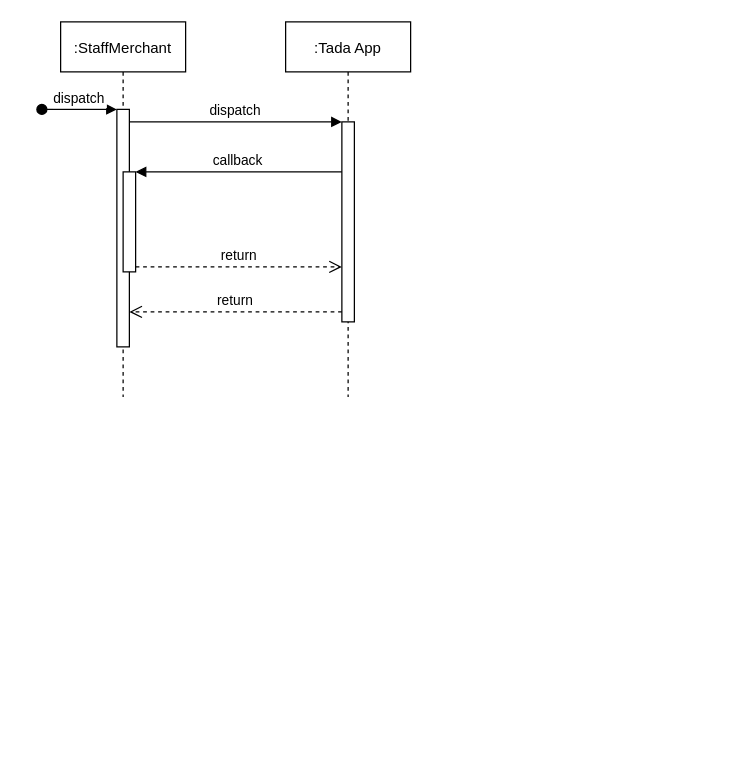
Before: Untitled Diagram.drawio in nguyendu11a2/TADA_DIAGRAM, a draw.io diagram. Source tidied: cells renumbered, new cells numbered last; positions are measured from the earlier drawing's top-left corner, leaving out a move shared by most shapes. Both pictures are drawn from the tidied source at 125%, with x=0, y=0 at pixel (41, 21).
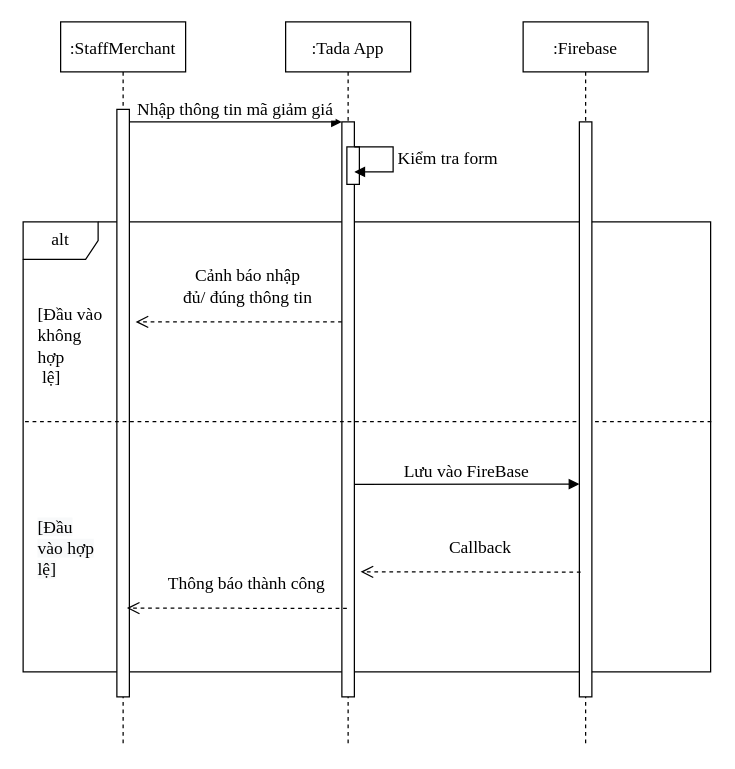
The same diagram, later.

What changed in the source:
```diff
@@
+    <mxCell id="12" value="alt" style="shape=umlFrame;whiteSpace=wrap;html=1;fontSize=14;fontFamily=Times New Roman;" parent="1" vertex="1">
+      <mxGeometry x="-15" y="160" width="550" height="360" as="geometry" />
+    </mxCell>
-    <mxCell id="2" value=":StaffMerchant" style="shape=umlLifeline;perimeter=lifelinePerimeter;rounded=0;shadow=0;strokeWidth=1;" parent="1" vertex="1">
-      <mxGeometry x="15" width="100" height="300" as="geometry" />
+    <mxCell id="2" value=":StaffMerchant" style="shape=umlLifeline;perimeter=lifelinePerimeter;rounded=0;shadow=0;strokeWidth=1;fontSize=14;fontFamily=Times New Roman;" parent="1" vertex="1">
+      <mxGeometry x="15" width="100" height="580" as="geometry" />
     </mxCell>
-    <mxCell id="3" style="points=[];perimeter=orthogonalPerimeter;rounded=0;shadow=0;strokeWidth=1;" parent="2" vertex="1">
-      <mxGeometry x="45" y="70" width="10" height="190" as="geometry" />
+    <mxCell id="3" style="points=[];perimeter=orthogonalPerimeter;rounded=0;shadow=0;strokeWidth=1;fontSize=14;fontFamily=Times New Roman;" parent="2" vertex="1">
+      <mxGeometry x="45" y="70" width="10" height="470" as="geometry" />
     </mxCell>
-    <mxCell id="4" value="dispatch" style="verticalAlign=bottom;startArrow=oval;endArrow=block;startSize=8;shadow=0;strokeWidth=1;" parent="2" edge="1" target="3">
-      <mxGeometry relative="1" as="geometry">
-        <mxPoint x="-15" y="70" as="sourcePoint" />
-      </mxGeometry>
-    </mxCell>
-    <mxCell id="5" style="points=[];perimeter=orthogonalPerimeter;rounded=0;shadow=0;strokeWidth=1;" parent="2" vertex="1">
-      <mxGeometry x="50" y="120" width="10" height="80" as="geometry" />
-    </mxCell>
-    <mxCell id="6" value=":Tada App" style="shape=umlLifeline;perimeter=lifelinePerimeter;rounded=0;shadow=0;strokeWidth=1;" parent="1" vertex="1">
-      <mxGeometry x="195" width="100" height="300" as="geometry" />
+    <mxCell id="6" value=":Tada App" style="shape=umlLifeline;perimeter=lifelinePerimeter;rounded=0;shadow=0;strokeWidth=1;fontSize=14;fontFamily=Times New Roman;" parent="1" vertex="1">
+      <mxGeometry x="195" width="100" height="580" as="geometry" />
     </mxCell>
-    <mxCell id="7" style="points=[];perimeter=orthogonalPerimeter;rounded=0;shadow=0;strokeWidth=1;" parent="6" vertex="1">
-      <mxGeometry x="45" y="80" width="10" height="160" as="geometry" />
+    <mxCell id="7" style="points=[];perimeter=orthogonalPerimeter;rounded=0;shadow=0;strokeWidth=1;fontSize=14;fontFamily=Times New Roman;" parent="6" vertex="1">
+      <mxGeometry x="45" y="80" width="10" height="460" as="geometry" />
     </mxCell>
+    <mxCell id="13" style="html=1;perimeter=orthogonalPerimeter;fontSize=14;fontFamily=Times New Roman;" parent="6" vertex="1">
+      <mxGeometry x="49" y="100" width="10" height="30" as="geometry" />
+    </mxCell>
+    <mxCell id="14" value="&lt;span style=&quot;text-align: center; font-size: 14px;&quot;&gt;Kiểm tra form&lt;/span&gt;" style="edgeStyle=orthogonalEdgeStyle;html=1;align=left;spacingLeft=2;endArrow=block;rounded=0;entryX=1;entryY=0;fontSize=14;fontFamily=Times New Roman;" parent="6" edge="1">
+      <mxGeometry relative="1" as="geometry">
+        <mxPoint x="55" y="100" as="sourcePoint" />
+        <mxPoint x="55" y="120" as="targetPoint" />
+        <Array as="points">
+          <mxPoint x="86" y="100" />
+        </Array>
+      </mxGeometry>
+    </mxCell>
+    <mxCell id="15" value="Thông báo thành công" style="verticalAlign=bottom;endArrow=open;dashed=1;endSize=8;shadow=0;strokeWidth=1;fontSize=14;fontFamily=Times New Roman;exitX=0.1;exitY=0.783;exitDx=0;exitDy=0;exitPerimeter=0;" parent="6" edge="1">
+      <mxGeometry x="-0.09" y="-10" relative="1" as="geometry">
+        <mxPoint x="49" y="469.2" as="sourcePoint" />
+        <mxPoint x="-127" y="469" as="targetPoint" />
+      </mxGeometry>
+    </mxCell>
-    <mxCell id="8" value="return" style="verticalAlign=bottom;endArrow=open;dashed=1;endSize=8;exitX=0;exitY=0.95;shadow=0;strokeWidth=1;" parent="1" edge="1" source="7" target="3">
+    <mxCell id="8" style="verticalAlign=bottom;endArrow=none;dashed=1;endSize=8;exitX=1.001;exitY=0.444;shadow=0;strokeWidth=1;fontSize=14;fontFamily=Times New Roman;exitDx=0;exitDy=0;exitPerimeter=0;entryX=-0.002;entryY=0.444;entryDx=0;entryDy=0;entryPerimeter=0;endFill=0;" parent="1" edge="1" source="12" target="12">
       <mxGeometry relative="1" as="geometry" />
     </mxCell>
-    <mxCell id="9" value="dispatch" style="verticalAlign=bottom;endArrow=block;entryX=0;entryY=0;shadow=0;strokeWidth=1;" parent="1" edge="1" source="3" target="7">
+    <mxCell id="9" value="Nhập thông tin mã giảm giá" style="verticalAlign=bottom;endArrow=block;entryX=0;entryY=0;shadow=0;strokeWidth=1;fontSize=14;fontFamily=Times New Roman;" parent="1" edge="1" source="3" target="7">
       <mxGeometry relative="1" as="geometry" />
     </mxCell>
-    <mxCell id="10" value="callback" style="verticalAlign=bottom;endArrow=block;entryX=1;entryY=0;shadow=0;strokeWidth=1;" parent="1" edge="1" source="7" target="5">
-      <mxGeometry relative="1" as="geometry" />
-    </mxCell>
-    <mxCell id="11" value="return" style="verticalAlign=bottom;endArrow=open;dashed=1;endSize=8;exitX=1;exitY=0.95;shadow=0;strokeWidth=1;" parent="1" edge="1" source="5" target="7">
-      <mxGeometry relative="1" as="geometry" />
-    </mxCell>
+    <mxCell id="16" value=":Firebase" style="shape=umlLifeline;perimeter=lifelinePerimeter;rounded=0;shadow=0;strokeWidth=1;fontSize=14;fontFamily=Times New Roman;" parent="1" vertex="1">
+      <mxGeometry x="385" width="100" height="580" as="geometry" />
+    </mxCell>
+    <mxCell id="17" style="points=[];perimeter=orthogonalPerimeter;rounded=0;shadow=0;strokeWidth=1;fontSize=14;fontFamily=Times New Roman;" parent="16" vertex="1">
+      <mxGeometry x="45" y="80" width="10" height="460" as="geometry" />
+    </mxCell>
+    <mxCell id="18" value="Lưu vào FireBase" style="verticalAlign=bottom;endArrow=block;entryX=0;entryY=0.63;shadow=0;strokeWidth=1;fontSize=14;fontFamily=Times New Roman;entryDx=0;entryDy=0;entryPerimeter=0;" parent="16" edge="1" target="17">
+      <mxGeometry relative="1" as="geometry">
+        <mxPoint x="-135" y="370" as="sourcePoint" />
+      </mxGeometry>
+    </mxCell>
+    <mxCell id="19" value="&lt;span style=&quot;color: rgb(0, 0, 0); font-size: 14px; font-style: normal; font-weight: 400; letter-spacing: normal; text-align: center; text-indent: 0px; text-transform: none; word-spacing: 0px; display: inline; float: none; background-color: rgb(255, 255, 255);&quot;&gt;[Đầu vào không hợp&lt;br style=&quot;font-size: 14px;&quot;&gt;&amp;nbsp;lệ]&lt;/span&gt;" style="text;whiteSpace=wrap;html=1;fontSize=14;fontFamily=Times New Roman;" parent="1" vertex="1">
+      <mxGeometry x="-5" y="220" width="60" height="50" as="geometry" />
+    </mxCell>
+    <mxCell id="20" value="&lt;span style=&quot;color: rgb(0, 0, 0); font-size: 14px; font-style: normal; font-weight: 400; letter-spacing: normal; text-align: center; text-indent: 0px; text-transform: none; word-spacing: 0px; background-color: rgb(248, 249, 250); display: inline; float: none;&quot;&gt;[Đầu vào hợp lệ]&lt;/span&gt;" style="text;whiteSpace=wrap;html=1;fontSize=14;fontFamily=Times New Roman;" parent="1" vertex="1">
+      <mxGeometry x="-5" y="390" width="50" height="50" as="geometry" />
+    </mxCell>
+    <mxCell id="21" value="Cảnh báo nhập &#10;đủ/ đúng thông tin" style="verticalAlign=bottom;endArrow=open;dashed=1;endSize=8;shadow=0;strokeWidth=1;fontSize=14;fontFamily=Times New Roman;" parent="1" edge="1" source="7">
+      <mxGeometry x="-0.09" y="-10" relative="1" as="geometry">
+        <mxPoint x="75" y="240" as="targetPoint" />
+      </mxGeometry>
+    </mxCell>
+    <mxCell id="22" value="Callback" style="verticalAlign=bottom;endArrow=open;dashed=1;endSize=8;shadow=0;strokeWidth=1;fontSize=14;fontFamily=Times New Roman;exitX=0.1;exitY=0.783;exitDx=0;exitDy=0;exitPerimeter=0;" parent="1" edge="1" source="17">
+      <mxGeometry x="-0.09" y="-10" relative="1" as="geometry">
+        <mxPoint x="255" y="440" as="targetPoint" />
+      </mxGeometry>
+    </mxCell>
```
